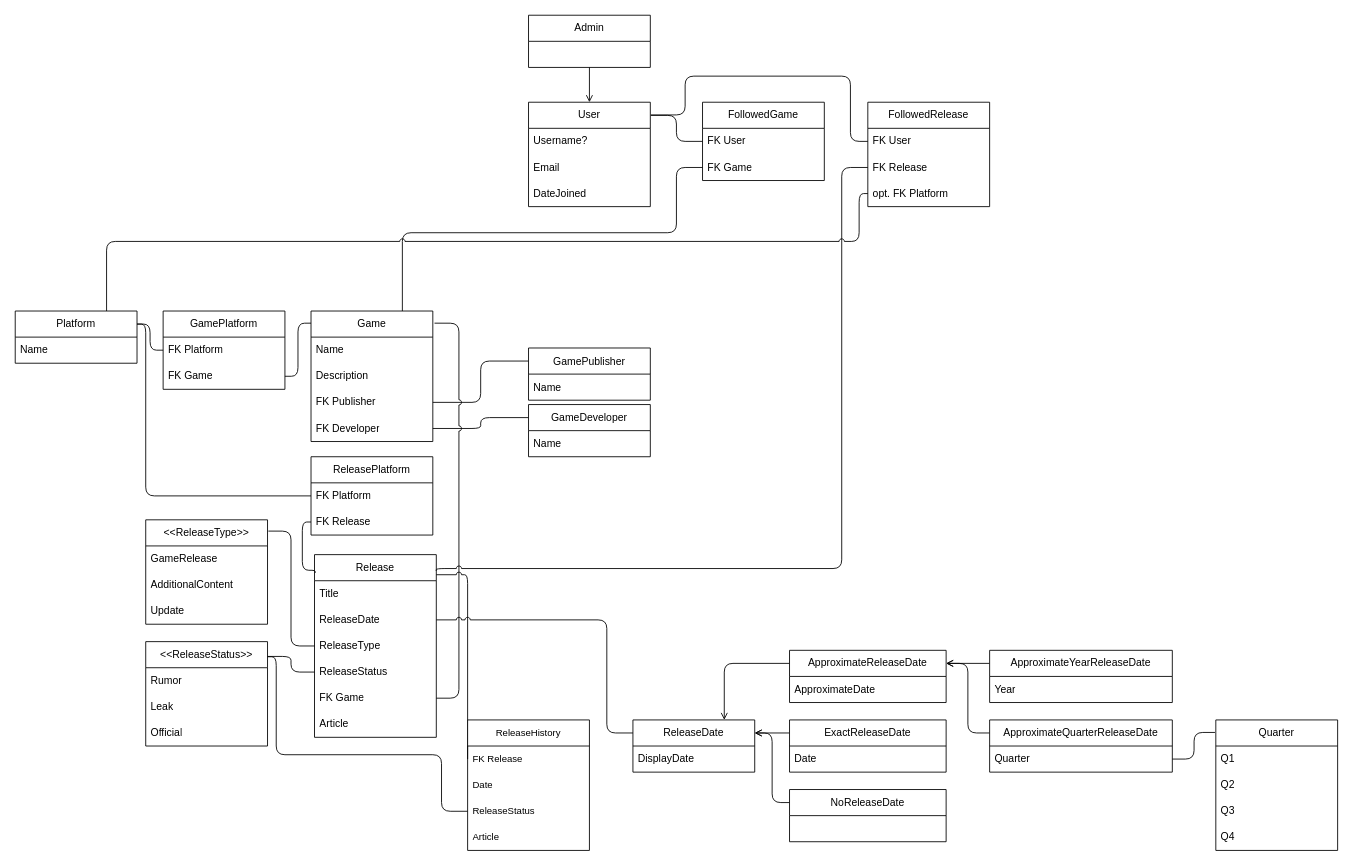
Before: doc/data-model.drawio in wgnf/next-up, a draw.io diagram. Source tidied: cells renumbered, new cells numbered last; positions are measured from the earlier drawing's top-left corner, leaving out a move shared by most shapes. Both pictures are drawn from the tidied source at 87%, with x=0, y=0 at pixel (15, 15).
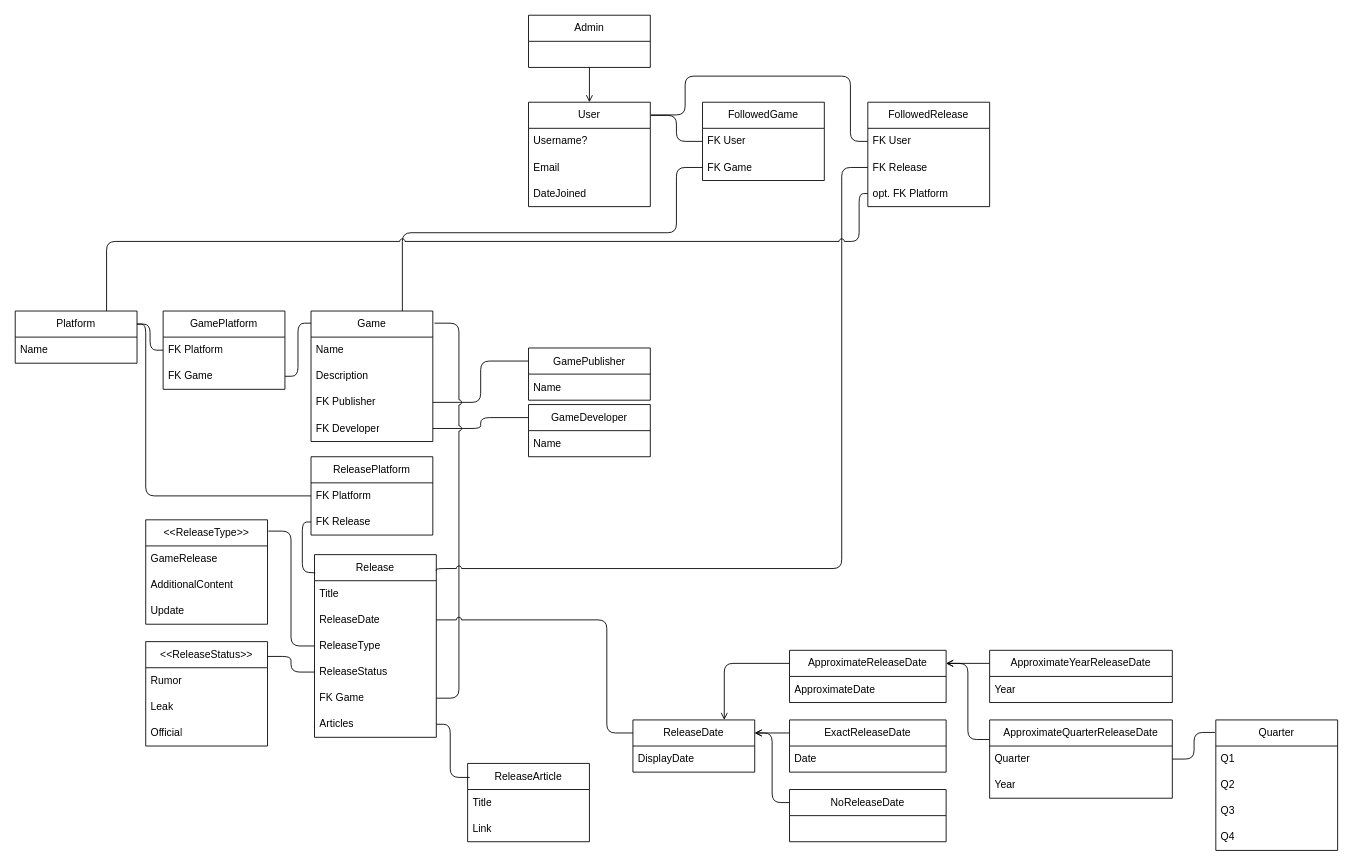
Above is the later version.

Unchanged cells that the change refers to:
```xml
<mxCell id="26" value="Release" style="swimlane;fontStyle=0;horizontal=1;startSize=30;whiteSpace=wrap;html=1;" parent="1" vertex="1">
  <mxGeometry x="344" y="620" width="140" height="210" as="geometry" />
</mxCell>
<mxCell id="37" value="&amp;lt;&amp;lt;ReleaseStatus&amp;gt;&amp;gt;" style="swimlane;fontStyle=0;horizontal=1;startSize=30;whiteSpace=wrap;html=1;" parent="1" vertex="1">
  <mxGeometry x="150" y="720" width="140" height="120" as="geometry" />
</mxCell>
<mxCell id="46" value="FK Release" style="text;strokeColor=none;fillColor=none;align=left;verticalAlign=middle;spacingLeft=4;spacingRight=4;overflow=hidden;points=[[0,0.5],[1,0.5]];portConstraint=eastwest;whiteSpace=wrap;html=1;" parent="44" vertex="1">
  <mxGeometry y="60" width="140" height="30" as="geometry" />
</mxCell>
```

What changed in the source:
```diff
@@
-    <mxCell id="32" value="Article" style="text;strokeColor=none;fillColor=none;align=left;verticalAlign=middle;spacingLeft=4;spacingRight=4;overflow=hidden;points=[[0,0.5],[1,0.5]];portConstraint=eastwest;whiteSpace=wrap;html=1;" parent="26" vertex="1">
+    <mxCell id="32" value="Articles" style="text;strokeColor=none;fillColor=none;align=left;verticalAlign=middle;spacingLeft=4;spacingRight=4;overflow=hidden;points=[[0,0.5],[1,0.5]];portConstraint=eastwest;whiteSpace=wrap;html=1;" parent="26" vertex="1">
       <mxGeometry y="180" width="140" height="30" as="geometry" />
     </mxCell>
@@
     <mxCell id="47" style="edgeStyle=orthogonalEdgeStyle;html=1;endArrow=none;endFill=0;entryX=0.006;entryY=0.1;entryDx=0;entryDy=0;entryPerimeter=0;exitX=0;exitY=0.5;exitDx=0;exitDy=0;" parent="1" edge="1" source="46" target="26">
       <mxGeometry relative="1" as="geometry">
         <Array as="points">
           <mxPoint x="330" y="583" />
-          <mxPoint x="330" y="638" />
+          <mxPoint x="330" y="640" />
+          <mxPoint x="345" y="640" />
         </Array>
       </mxGeometry>
     </mxCell>
@@
-    <mxCell id="61" style="edgeStyle=orthogonalEdgeStyle;shape=connector;rounded=1;jumpStyle=arc;html=1;exitX=0;exitY=0.5;exitDx=0;exitDy=0;strokeColor=default;align=center;verticalAlign=middle;fontFamily=Helvetica;fontSize=11;fontColor=default;labelBackgroundColor=default;endArrow=none;endFill=0;entryX=1;entryY=0.11;entryDx=0;entryDy=0;entryPerimeter=0;" parent="1" edge="1" source="63" target="26">
-      <mxGeometry relative="1" as="geometry">
-        <Array as="points">
-          <mxPoint x="520" y="643" />
-        </Array>
-      </mxGeometry>
-    </mxCell>
-    <mxCell id="62" value="ReleaseHistory" style="swimlane;fontStyle=0;horizontal=1;startSize=30;whiteSpace=wrap;html=1;fontFamily=Helvetica;fontSize=11;fontColor=default;labelBackgroundColor=default;" parent="1" vertex="1">
-      <mxGeometry x="520" y="810" width="140" height="150" as="geometry" />
-    </mxCell>
-    <mxCell id="63" value="FK Release" style="text;strokeColor=none;fillColor=none;align=left;verticalAlign=middle;spacingLeft=4;spacingRight=4;overflow=hidden;points=[[0,0.5],[1,0.5]];portConstraint=eastwest;whiteSpace=wrap;html=1;fontFamily=Helvetica;fontSize=11;fontColor=default;labelBackgroundColor=default;" parent="62" vertex="1">
-      <mxGeometry y="30" width="140" height="30" as="geometry" />
-    </mxCell>
-    <mxCell id="64" value="Date" style="text;strokeColor=none;fillColor=none;align=left;verticalAlign=middle;spacingLeft=4;spacingRight=4;overflow=hidden;whiteSpace=wrap;html=1;fontFamily=Helvetica;fontSize=11;fontColor=default;labelBackgroundColor=default;" parent="62" vertex="1">
-      <mxGeometry y="60" width="140" height="30" as="geometry" />
-    </mxCell>
-    <mxCell id="65" value="ReleaseStatus" style="text;strokeColor=none;fillColor=none;align=left;verticalAlign=middle;spacingLeft=4;spacingRight=4;overflow=hidden;points=[[0,0.5],[1,0.5]];portConstraint=eastwest;whiteSpace=wrap;html=1;fontFamily=Helvetica;fontSize=11;fontColor=default;labelBackgroundColor=default;" parent="62" vertex="1">
-      <mxGeometry y="90" width="140" height="30" as="geometry" />
-    </mxCell>
-    <mxCell id="66" value="Article" style="text;strokeColor=none;fillColor=none;align=left;verticalAlign=middle;spacingLeft=4;spacingRight=4;overflow=hidden;whiteSpace=wrap;html=1;fontFamily=Helvetica;fontSize=11;fontColor=default;labelBackgroundColor=default;" parent="62" vertex="1">
-      <mxGeometry y="120" width="140" height="30" as="geometry" />
-    </mxCell>
-    <mxCell id="67" style="edgeStyle=orthogonalEdgeStyle;shape=connector;rounded=1;jumpStyle=arc;html=1;exitX=0;exitY=0.5;exitDx=0;exitDy=0;entryX=1;entryY=0.145;entryDx=0;entryDy=0;entryPerimeter=0;strokeColor=default;align=center;verticalAlign=middle;fontFamily=Helvetica;fontSize=11;fontColor=default;labelBackgroundColor=default;endArrow=none;endFill=0;" parent="1" edge="1" source="65" target="37">
-      <mxGeometry relative="1" as="geometry">
-        <Array as="points">
-          <mxPoint x="490" y="915" />
-          <mxPoint x="490" y="850" />
-          <mxPoint x="300" y="850" />
-          <mxPoint x="300" y="737" />
-        </Array>
-      </mxGeometry>
-    </mxCell>
@@
     <mxCell id="83" value="ApproximateQuarterReleaseDate" style="swimlane;fontStyle=0;horizontal=1;startSize=30;whiteSpace=wrap;html=1;" parent="1" vertex="1">
-      <mxGeometry x="1120" y="810" width="210" height="60" as="geometry" />
+      <mxGeometry x="1120" y="810" width="210" height="90" as="geometry" />
     </mxCell>
@@
+    <mxCell id="91" value="Year" style="text;strokeColor=none;fillColor=none;align=left;verticalAlign=middle;spacingLeft=4;spacingRight=4;overflow=hidden;whiteSpace=wrap;html=1;" parent="83" vertex="1">
+      <mxGeometry y="60" width="210" height="30" as="geometry" />
+    </mxCell>
@@
+    <mxCell id="92" value="ReleaseArticle" style="swimlane;fontStyle=0;horizontal=1;startSize=30;whiteSpace=wrap;html=1;" parent="1" vertex="1">
+      <mxGeometry x="520" y="860" width="140" height="90" as="geometry" />
+    </mxCell>
+    <mxCell id="93" value="Title" style="text;strokeColor=none;fillColor=none;align=left;verticalAlign=middle;spacingLeft=4;spacingRight=4;overflow=hidden;whiteSpace=wrap;html=1;" parent="92" vertex="1">
+      <mxGeometry y="30" width="140" height="30" as="geometry" />
+    </mxCell>
+    <mxCell id="94" value="Link" style="text;strokeColor=none;fillColor=none;align=left;verticalAlign=middle;spacingLeft=4;spacingRight=4;overflow=hidden;whiteSpace=wrap;html=1;" parent="92" vertex="1">
+      <mxGeometry y="60" width="140" height="30" as="geometry" />
+    </mxCell>
+    <mxCell id="95" style="edgeStyle=orthogonalEdgeStyle;html=1;exitX=1;exitY=0.5;exitDx=0;exitDy=0;entryX=0.017;entryY=0.179;entryDx=0;entryDy=0;entryPerimeter=0;endArrow=none;endFill=0;" parent="1" edge="1" source="32" target="92">
+      <mxGeometry relative="1" as="geometry">
+        <Array as="points">
+          <mxPoint x="500" y="815" />
+          <mxPoint x="500" y="876" />
+        </Array>
+      </mxGeometry>
+    </mxCell>
```
